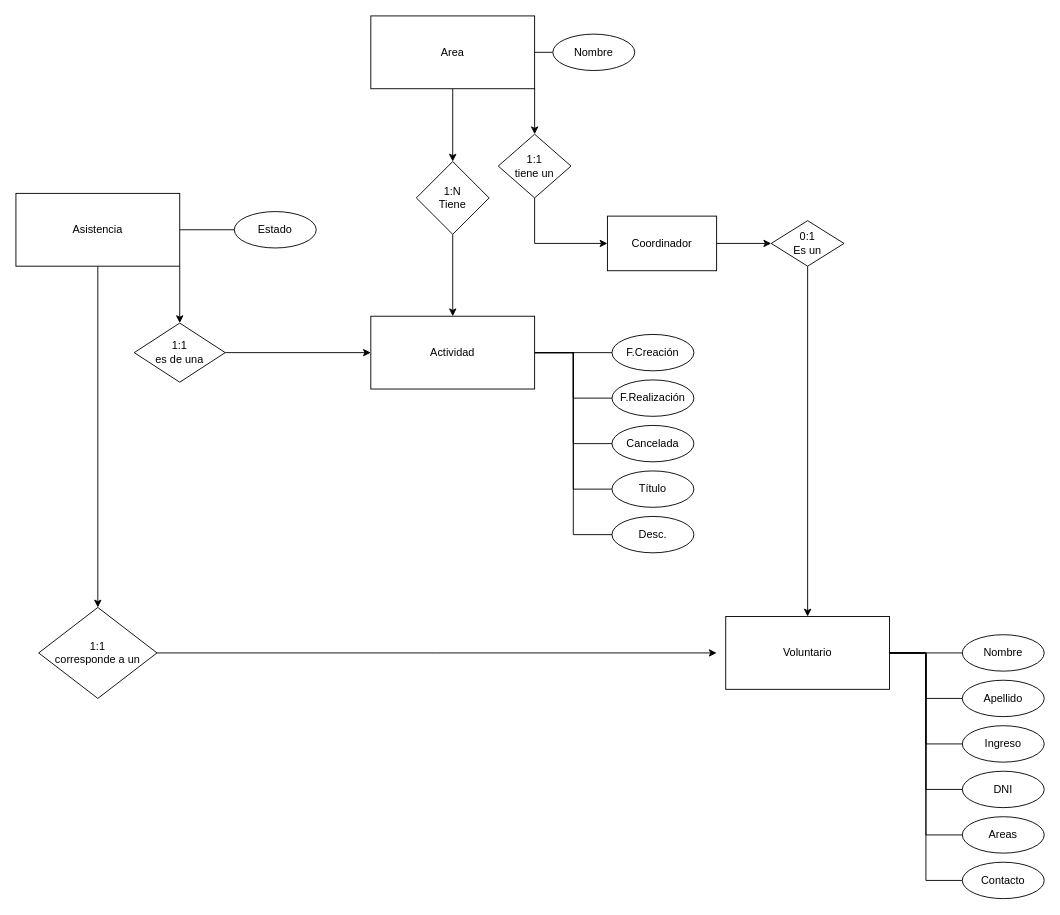
Above: Asistencia.drawio in DDamianoff/Scavenger-Oversight (draw.io), before the change. Source tidied: cells renumbered, new cells numbered last; positions are measured from the earlier drawing's top-left corner, leaving out a move shared by most shapes. Both pictures are drawn from the tidied source at 91%, with x=0, y=0 at pixel (15, 15).
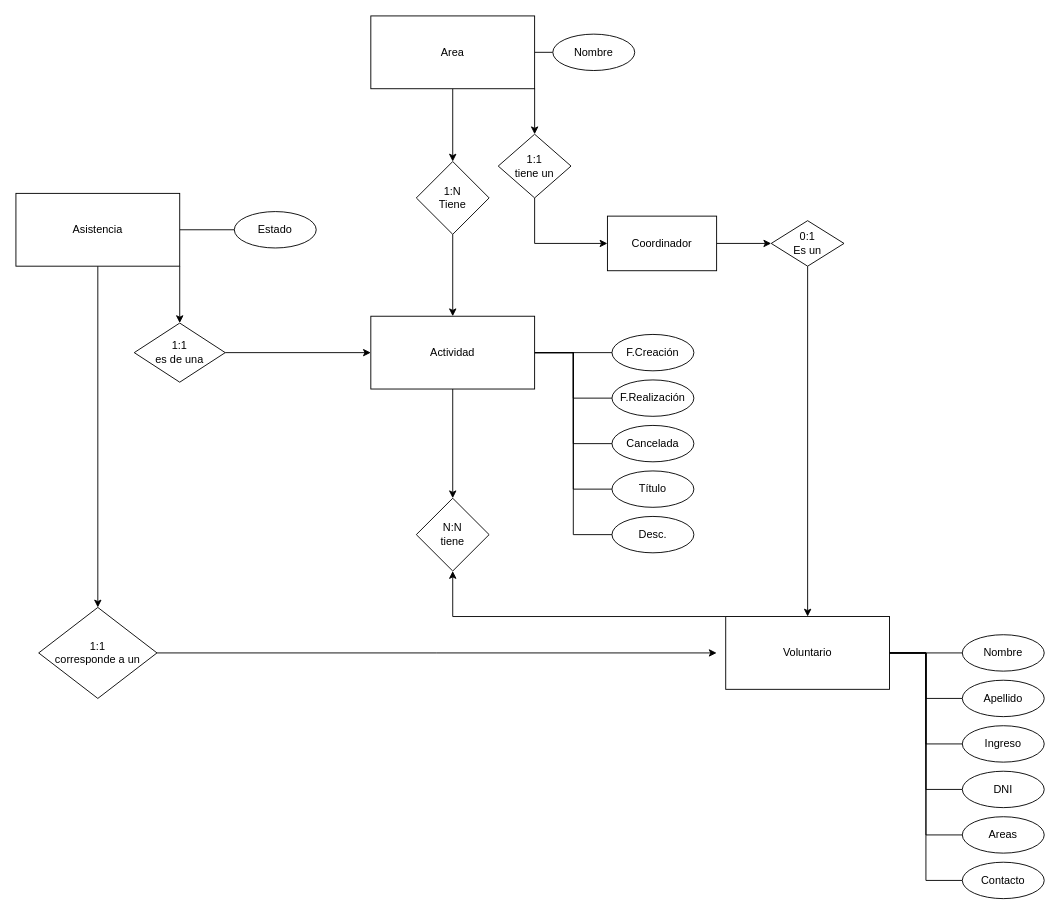
After the change.

Unchanged cells that the change refers to:
```xml
<mxCell id="8" value="Voluntario" style="whiteSpace=wrap;html=1;align=center;" parent="1" vertex="1">
  <mxGeometry x="780" y="660" width="180" height="80" as="geometry" />
</mxCell>
<mxCell id="25" value="Actividad" style="whiteSpace=wrap;html=1;align=center;" parent="1" vertex="1">
  <mxGeometry x="390" y="330" width="180" height="80" as="geometry" />
</mxCell>
```

The edit, as a diff of the source:
```diff
@@
+    <mxCell id="48" style="edgeStyle=orthogonalEdgeStyle;rounded=0;jettySize=auto;html=1;exitX=0;exitY=0;exitDx=0;exitDy=0;entryX=0.5;entryY=1;entryDx=0;entryDy=0;" parent="1" edge="1" source="8" target="50">
+      <mxGeometry relative="1" as="geometry">
+        <Array as="points">
+          <mxPoint x="480" y="660" />
+        </Array>
+      </mxGeometry>
+    </mxCell>
@@
+    <mxCell id="49" style="edgeStyle=orthogonalEdgeStyle;rounded=0;jettySize=auto;html=1;" parent="1" edge="1" source="25" target="50">
+      <mxGeometry relative="1" as="geometry" />
+    </mxCell>
@@
+    <mxCell id="50" value="N:N&lt;br&gt;tiene" style="rhombus;whiteSpace=wrap;html=1;" parent="1" vertex="1">
+      <mxGeometry x="440" y="530" width="80" height="80" as="geometry" />
+    </mxCell>
```
